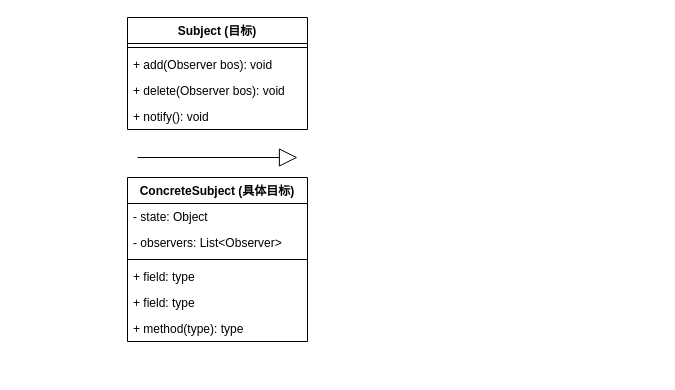
Earlier version of the draw.io diagram drawio/观察者模式结构图.drawio (stick-i/resources). Source tidied: cells renumbered, new cells numbered last; positions are measured from the earlier drawing's top-left corner, leaving out a move shared by most shapes. Both pictures are drawn from the tidied source at 100%, with x=0, y=0 at pixel (127, 17).
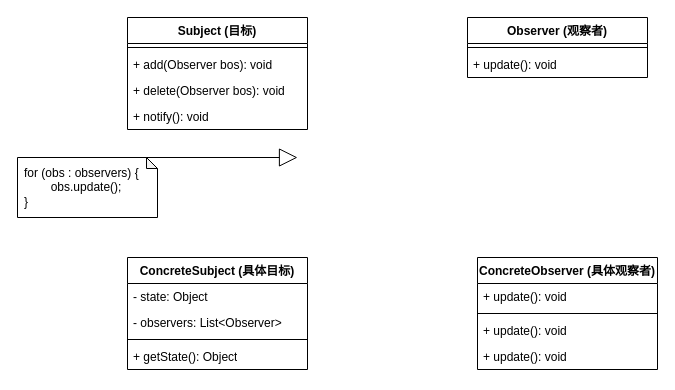
The same page after the edit.

Commit message (it also covers changes not shown here):
更新观察者模式结构图.drawio

What changed in the source:
```diff
@@
     <mxCell id="7" value="ConcreteSubject (具体目标)" style="swimlane;fontStyle=1;align=center;verticalAlign=top;horizontal=1;startSize=26;whiteSpace=wrap;html=1;" parent="1" vertex="1">
-      <mxGeometry y="160" width="180" height="164" as="geometry" />
+      <mxGeometry y="240" width="180" height="112" as="geometry" />
     </mxCell>
@@
-    <mxCell id="11" value="+ field: type" style="text;strokeColor=none;fillColor=none;align=left;verticalAlign=top;spacingLeft=4;spacingRight=4;overflow=hidden;whiteSpace=wrap;html=1;" parent="7" vertex="1">
-      <mxGeometry y="86" width="180" height="26" as="geometry" />
-    </mxCell>
-    <mxCell id="12" value="+ field: type" style="text;strokeColor=none;fillColor=none;align=left;verticalAlign=top;spacingLeft=4;spacingRight=4;overflow=hidden;whiteSpace=wrap;html=1;" parent="7" vertex="1">
-      <mxGeometry y="112" width="180" height="26" as="geometry" />
+    <mxCell id="12" value="+ getState(): Object" style="text;strokeColor=none;fillColor=none;align=left;verticalAlign=top;spacingLeft=4;spacingRight=4;overflow=hidden;whiteSpace=wrap;html=1;" parent="7" vertex="1">
+      <mxGeometry y="86" width="180" height="26" as="geometry" />
     </mxCell>
-    <mxCell id="13" value="+ method(type): type" style="text;strokeColor=none;fillColor=none;align=left;verticalAlign=top;spacingLeft=4;spacingRight=4;overflow=hidden;whiteSpace=wrap;html=1;" parent="7" vertex="1">
-      <mxGeometry y="138" width="180" height="26" as="geometry" />
-    </mxCell>
@@
+    <mxCell id="15" value="Observer (观察者&lt;span style=&quot;background-color: initial;&quot;&gt;)&lt;/span&gt;" style="swimlane;fontStyle=1;align=center;verticalAlign=top;horizontal=1;startSize=26;whiteSpace=wrap;html=1;" parent="1" vertex="1">
+      <mxGeometry x="340" width="180" height="60" as="geometry" />
+    </mxCell>
+    <mxCell id="16" style="line;strokeWidth=1;fillColor=none;align=left;verticalAlign=middle;spacingTop=-1;spacingLeft=3;spacingRight=3;labelPosition=right;strokeColor=inherit;" parent="15" vertex="1">
+      <mxGeometry y="26" width="180" height="8" as="geometry" />
+    </mxCell>
+    <mxCell id="17" value="+ update(): void" style="text;strokeColor=none;fillColor=none;align=left;verticalAlign=top;spacingLeft=4;spacingRight=4;overflow=hidden;whiteSpace=wrap;html=1;" parent="15" vertex="1">
+      <mxGeometry y="34" width="180" height="26" as="geometry" />
+    </mxCell>
+    <mxCell id="18" value="ConcreteObserver (具体观察者&lt;span style=&quot;background-color: initial;&quot;&gt;)&lt;/span&gt;" style="swimlane;fontStyle=1;align=center;verticalAlign=top;horizontal=1;startSize=26;whiteSpace=wrap;html=1;" parent="1" vertex="1">
+      <mxGeometry x="350" y="240" width="180" height="112" as="geometry" />
+    </mxCell>
+    <mxCell id="19" value="+ update(): void" style="text;strokeColor=none;fillColor=none;align=left;verticalAlign=top;spacingLeft=4;spacingRight=4;overflow=hidden;whiteSpace=wrap;html=1;" parent="18" vertex="1">
+      <mxGeometry y="26" width="180" height="26" as="geometry" />
+    </mxCell>
+    <mxCell id="20" style="line;strokeWidth=1;fillColor=none;align=left;verticalAlign=middle;spacingTop=-1;spacingLeft=3;spacingRight=3;labelPosition=right;strokeColor=inherit;" parent="18" vertex="1">
+      <mxGeometry y="52" width="180" height="8" as="geometry" />
+    </mxCell>
+    <mxCell id="21" value="+ update(): void" style="text;strokeColor=none;fillColor=none;align=left;verticalAlign=top;spacingLeft=4;spacingRight=4;overflow=hidden;whiteSpace=wrap;html=1;" parent="18" vertex="1">
+      <mxGeometry y="60" width="180" height="26" as="geometry" />
+    </mxCell>
+    <mxCell id="22" value="+ update(): void" style="text;strokeColor=none;fillColor=none;align=left;verticalAlign=top;spacingLeft=4;spacingRight=4;overflow=hidden;whiteSpace=wrap;html=1;" parent="18" vertex="1">
+      <mxGeometry y="86" width="180" height="26" as="geometry" />
+    </mxCell>
+    <mxCell id="23" value="for (obs : observers) {&lt;div&gt;&lt;span style=&quot;white-space: pre;&quot;&gt;&#9;&lt;/span&gt;obs.update();&lt;br&gt;&lt;div&gt;}&lt;/div&gt;&lt;/div&gt;" style="shape=note;whiteSpace=wrap;html=1;backgroundOutline=1;darkOpacity=0.05;size=11;align=left;spacingLeft=5;spacingRight=5;" parent="1" vertex="1">
+      <mxGeometry x="-110" y="140" width="140" height="60" as="geometry" />
+    </mxCell>
```
